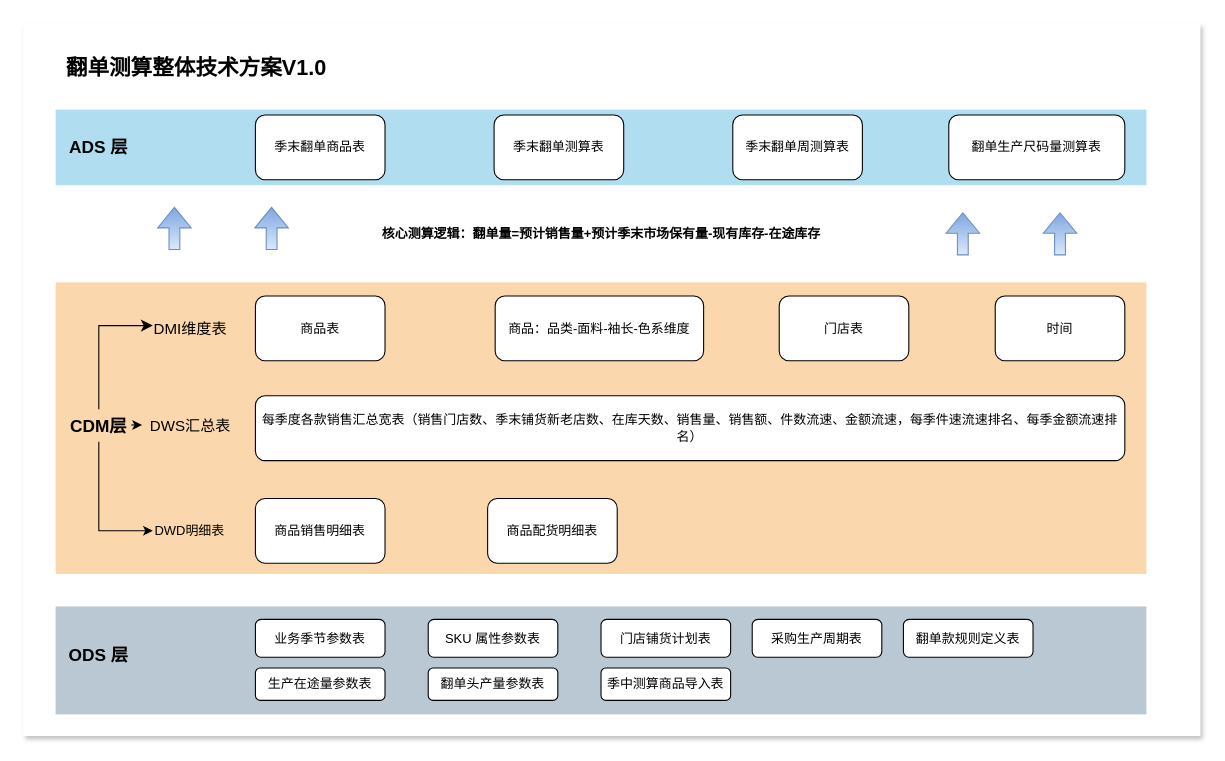
Earlier version of the draw.io diagram 数仓开发架构.drawio (leonhard1Q84/leonhard1Q84.github.io). Source tidied: cells renumbered, new cells numbered last; positions are measured from the earlier drawing's top-left corner, leaving out a move shared by most shapes. Both pictures are drawn from the tidied source at 108%, with x=0, y=0 at pixel (23, 23).
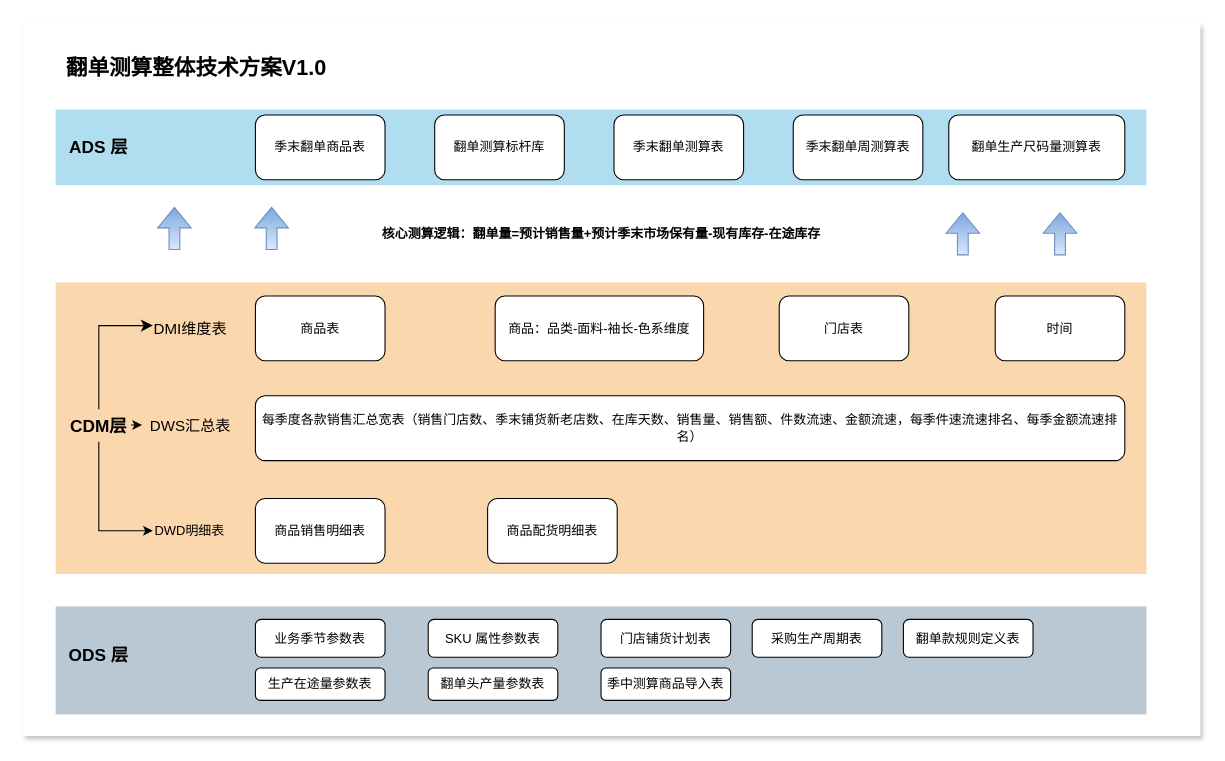
The same page after the edit.

Commit message:
更新数仓开发架构.drawio

Diff of the diagram source:
```diff
@@
     <mxCell id="6" value="季末翻单测算表" style="rounded=1;whiteSpace=wrap;html=1;" parent="1" vertex="1">
-      <mxGeometry x="436" y="85" width="120" height="60" as="geometry" />
+      <mxGeometry x="547" y="85" width="120" height="60" as="geometry" />
     </mxCell>
@@
     <mxCell id="8" value="季末翻单周测算表" style="rounded=1;whiteSpace=wrap;html=1;" parent="1" vertex="1">
-      <mxGeometry x="657" y="85" width="120" height="60" as="geometry" />
+      <mxGeometry x="713" y="85" width="120" height="60" as="geometry" />
     </mxCell>
@@
+    <mxCell id="40" value="翻单测算标杆库" style="rounded=1;whiteSpace=wrap;html=1;" parent="1" vertex="1">
+      <mxGeometry x="381" y="85" width="120" height="60" as="geometry" />
+    </mxCell>
```
